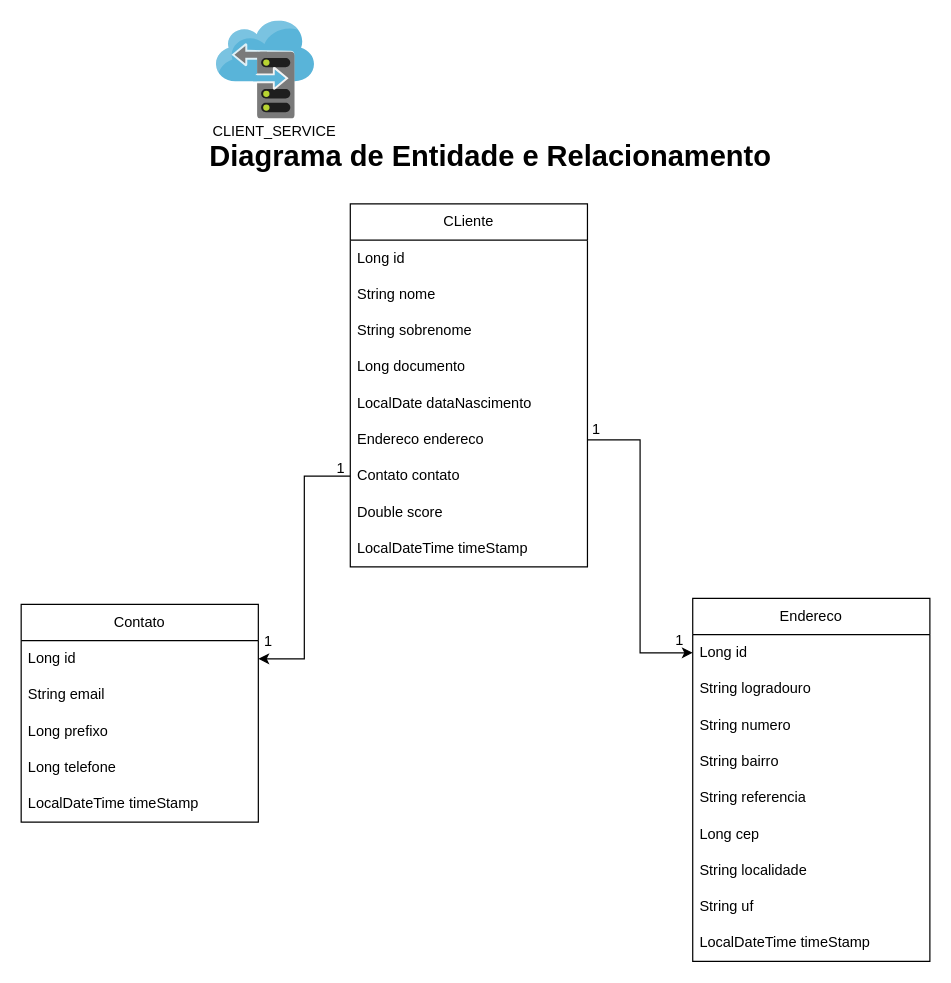
marcelquin/BancoFake keeps this draw.io diagram as page "Diagrama de Client_Service Nível 3" (5 of 9) of Documentação/Diagrama de funcionamento.drawio. Above is the earlier version. Source tidied: cells renumbered, new cells numbered last; positions are measured from the earlier drawing's top-left corner, leaving out a move shared by most shapes. Both pictures are drawn from the tidied source at 121%, with x=0, y=0 at pixel (21, 21).
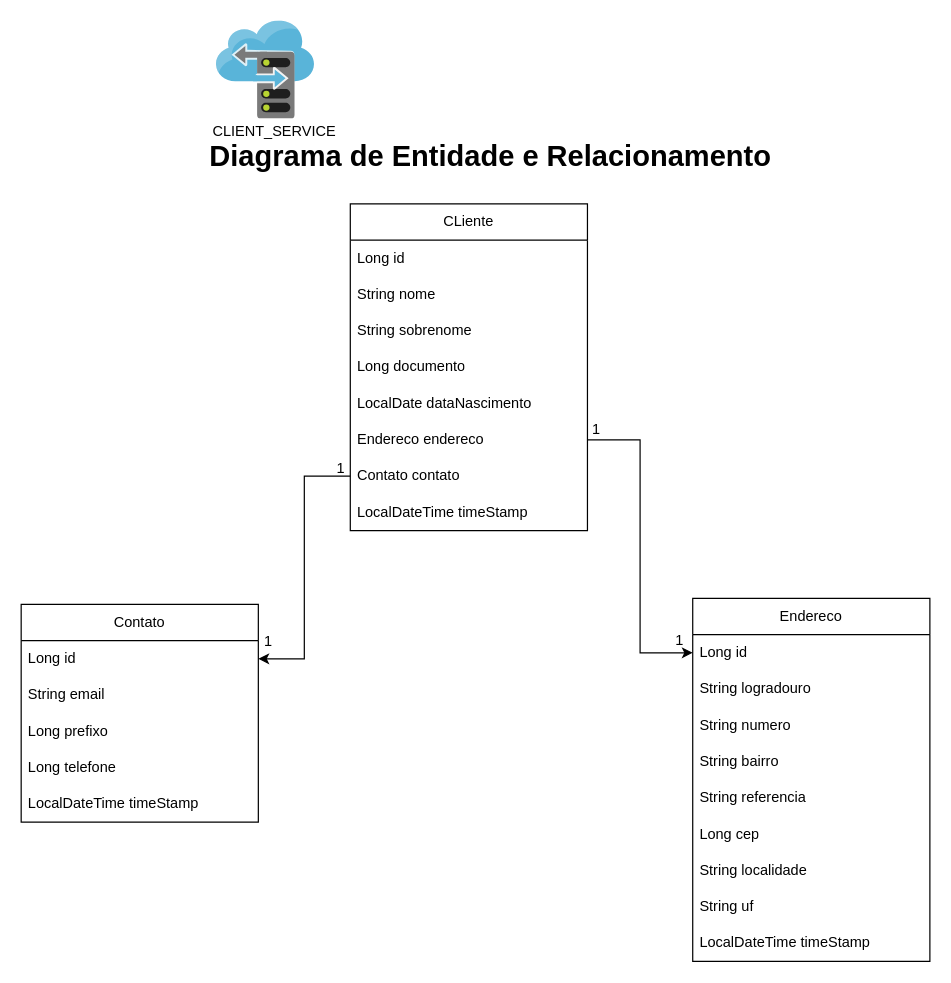
After the change.

The edit, as a diff of the source:
```diff
@@
     <mxCell id="6" value="CLiente" style="swimlane;fontStyle=0;horizontal=1;startSize=30;whiteSpace=wrap;html=1;" parent="1" vertex="1">
-      <mxGeometry x="272" y="151" width="196" height="300" as="geometry" />
+      <mxGeometry x="272" y="151" width="196" height="270" as="geometry" />
     </mxCell>
@@
-    <mxCell id="14" value="Double score" style="text;strokeColor=none;fillColor=none;align=left;verticalAlign=middle;spacingLeft=4;spacingRight=4;overflow=hidden;whiteSpace=wrap;html=1;" parent="6" vertex="1">
-      <mxGeometry y="240" width="196" height="30" as="geometry" />
-    </mxCell>
     <mxCell id="15" value="LocalDateTime timeStamp" style="text;strokeColor=none;fillColor=none;align=left;verticalAlign=middle;spacingLeft=4;spacingRight=4;overflow=hidden;whiteSpace=wrap;html=1;" parent="6" vertex="1">
-      <mxGeometry y="270" width="196" height="30" as="geometry" />
+      <mxGeometry y="240" width="196" height="30" as="geometry" />
     </mxCell>
```
